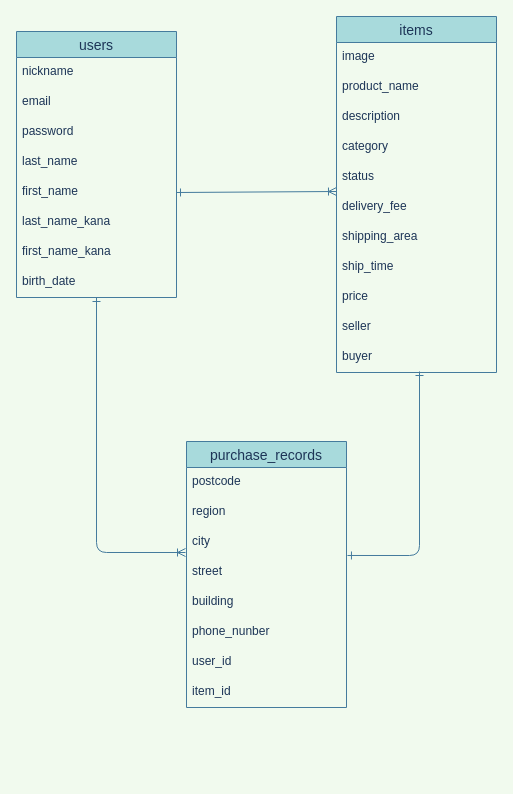
Above: ER.dio in yama864/furima-36340 (draw.io), before the change. Source tidied: cells renumbered, new cells numbered last; positions are measured from the earlier drawing's top-left corner, leaving out a move shared by most shapes. Both pictures are drawn from the tidied source at 100%, with x=0, y=0 at pixel (16, 16).
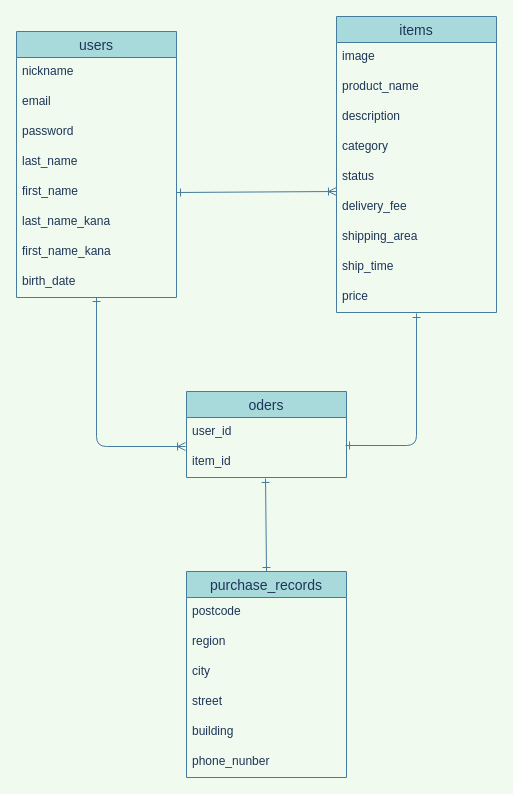
The same diagram, later.

Commit message (it also covers changes not shown here):
【修正】データベース設計

Unchanged cells that the change refers to:
```xml
<mxCell id="7" value="first_name" style="text;strokeColor=none;fillColor=none;spacingLeft=4;spacingRight=4;overflow=hidden;points=[[0,0.5],[1,0.5]];portConstraint=eastwest;fontSize=12;fontColor=#1D3557;" parent="2" vertex="1">
  <mxGeometry y="146" width="160" height="30" as="geometry" />
</mxCell>
<mxCell id="26" value="city" style="text;strokeColor=none;fillColor=none;spacingLeft=4;spacingRight=4;overflow=hidden;points=[[0,0.5],[1,0.5]];portConstraint=eastwest;fontSize=12;fontColor=#1D3557;" parent="23" vertex="1">
  <mxGeometry y="86" width="160" height="30" as="geometry" />
</mxCell>
```

Diff of the diagram source:
```diff
@@
     <mxCell id="11" value="items" style="swimlane;fontStyle=0;horizontal=1;startSize=26;align=center;fontSize=14;fillColor=#A8DADC;strokeColor=#457B9D;fontColor=#1D3557;" parent="1" vertex="1">
-      <mxGeometry x="320" width="160" height="356" as="geometry" />
+      <mxGeometry x="320" width="160" height="296" as="geometry" />
     </mxCell>
@@
-    <mxCell id="21" value="seller" style="text;strokeColor=none;fillColor=none;spacingLeft=4;spacingRight=4;overflow=hidden;fontSize=12;fontColor=#1D3557;" parent="11" vertex="1">
-      <mxGeometry y="296" width="160" height="30" as="geometry" />
-    </mxCell>
-    <mxCell id="22" value="buyer" style="text;strokeColor=none;fillColor=none;spacingLeft=4;spacingRight=4;overflow=hidden;fontSize=12;fontColor=#1D3557;" parent="11" vertex="1">
-      <mxGeometry y="326" width="160" height="30" as="geometry" />
-    </mxCell>
     <mxCell id="23" value="purchase_records" style="swimlane;fontStyle=0;horizontal=1;startSize=26;align=center;fontSize=14;fillColor=#A8DADC;strokeColor=#457B9D;fontColor=#1D3557;" parent="1" vertex="1">
-      <mxGeometry x="170" y="425" width="160" height="266" as="geometry" />
+      <mxGeometry x="170" y="555" width="160" height="206" as="geometry" />
     </mxCell>
@@
-    <mxCell id="30" value="user_id" style="text;strokeColor=none;fillColor=none;spacingLeft=4;spacingRight=4;overflow=hidden;points=[[0,0.5],[1,0.5]];portConstraint=eastwest;fontSize=12;fontColor=#1D3557;" parent="23" vertex="1">
-      <mxGeometry y="206" width="160" height="30" as="geometry" />
-    </mxCell>
-    <mxCell id="31" value="item_id" style="text;strokeColor=none;fillColor=none;spacingLeft=4;spacingRight=4;overflow=hidden;points=[[0,0.5],[1,0.5]];portConstraint=eastwest;fontSize=12;fontColor=#1D3557;" parent="23" vertex="1">
-      <mxGeometry y="236" width="160" height="30" as="geometry" />
-    </mxCell>
-    <mxCell id="32" style="endArrow=ERone;html=1;exitX=1.006;exitY=0.933;exitDx=0;exitDy=0;exitPerimeter=0;startArrow=ERone;startFill=0;endFill=0;labelBackgroundColor=#F1FAEE;strokeColor=#457B9D;fontColor=#1D3557;" parent="1" edge="1" source="26">
+    <mxCell id="32" style="endArrow=ERone;html=1;startArrow=ERone;startFill=0;endFill=0;strokeColor=#457B9D;fontColor=#1D3557;exitX=0.994;exitY=0.933;exitDx=0;exitDy=0;exitPerimeter=0;labelBackgroundColor=#F1FAEE;" parent="1" edge="1" source="30">
       <mxGeometry relative="1" as="geometry">
-        <mxPoint x="403" y="355" as="targetPoint" />
+        <mxPoint x="400" y="297" as="targetPoint" />
         <Array as="points">
-          <mxPoint x="403" y="539" />
+          <mxPoint x="400" y="429" />
         </Array>
       </mxGeometry>
     </mxCell>
-    <mxCell id="33" style="endArrow=ERoneToMany;html=1;exitX=1;exitY=0.5;exitDx=0;exitDy=0;startArrow=ERone;startFill=0;endFill=0;labelBackgroundColor=#F1FAEE;strokeColor=#457B9D;fontColor=#1D3557;" parent="1" edge="1" source="7">
+    <mxCell id="33" style="endArrow=ERoneToMany;html=1;exitX=1;exitY=0.5;exitDx=0;exitDy=0;startArrow=ERone;startFill=0;endFill=0;strokeColor=#457B9D;fontColor=#1D3557;labelBackgroundColor=#F1FAEE;" parent="1" edge="1" source="7">
       <mxGeometry relative="1" as="geometry">
         <mxPoint x="320" y="175" as="targetPoint" />
       </mxGeometry>
     </mxCell>
-    <mxCell id="34" style="endArrow=ERone;html=1;startArrow=ERoneToMany;startFill=0;endFill=0;labelBackgroundColor=#F1FAEE;strokeColor=#457B9D;fontColor=#1D3557;" parent="1" edge="1">
+    <mxCell id="34" style="endArrow=ERone;html=1;startArrow=ERoneToMany;startFill=0;endFill=0;strokeColor=#457B9D;fontColor=#1D3557;exitX=-0.006;exitY=-0.033;exitDx=0;exitDy=0;exitPerimeter=0;labelBackgroundColor=#F1FAEE;" parent="1" edge="1" source="31">
       <mxGeometry relative="1" as="geometry">
-        <mxPoint x="169" y="536" as="sourcePoint" />
         <mxPoint x="80" y="281" as="targetPoint" />
         <Array as="points">
-          <mxPoint x="80" y="536" />
+          <mxPoint x="80" y="430" />
         </Array>
       </mxGeometry>
     </mxCell>
+    <mxCell id="35" value="oders" style="swimlane;fontStyle=0;horizontal=1;startSize=26;align=center;fontSize=14;fillColor=#A8DADC;strokeColor=#457B9D;fontColor=#1D3557;" parent="1" vertex="1">
+      <mxGeometry x="170" y="375" width="160" height="86" as="geometry" />
+    </mxCell>
+    <mxCell id="30" value="user_id" style="text;strokeColor=none;fillColor=none;spacingLeft=4;spacingRight=4;overflow=hidden;points=[[0,0.5],[1,0.5]];portConstraint=eastwest;fontSize=12;fontColor=#1D3557;" parent="35" vertex="1">
+      <mxGeometry y="26" width="160" height="30" as="geometry" />
+    </mxCell>
+    <mxCell id="31" value="item_id" style="text;strokeColor=none;fillColor=none;spacingLeft=4;spacingRight=4;overflow=hidden;points=[[0,0.5],[1,0.5]];portConstraint=eastwest;fontSize=12;fontColor=#1D3557;" parent="35" vertex="1">
+      <mxGeometry y="56" width="160" height="30" as="geometry" />
+    </mxCell>
+    <mxCell id="36" style="endArrow=ERone;html=1;fontColor=#1D3557;strokeColor=#457B9D;fillColor=#A8DADC;entryX=0.494;entryY=1.033;entryDx=0;entryDy=0;entryPerimeter=0;exitX=0.5;exitY=0;exitDx=0;exitDy=0;startArrow=ERone;startFill=0;endFill=0;labelBackgroundColor=#F1FAEE;" parent="1" edge="1" source="23" target="31">
+      <mxGeometry relative="1" as="geometry" />
+    </mxCell>
```
